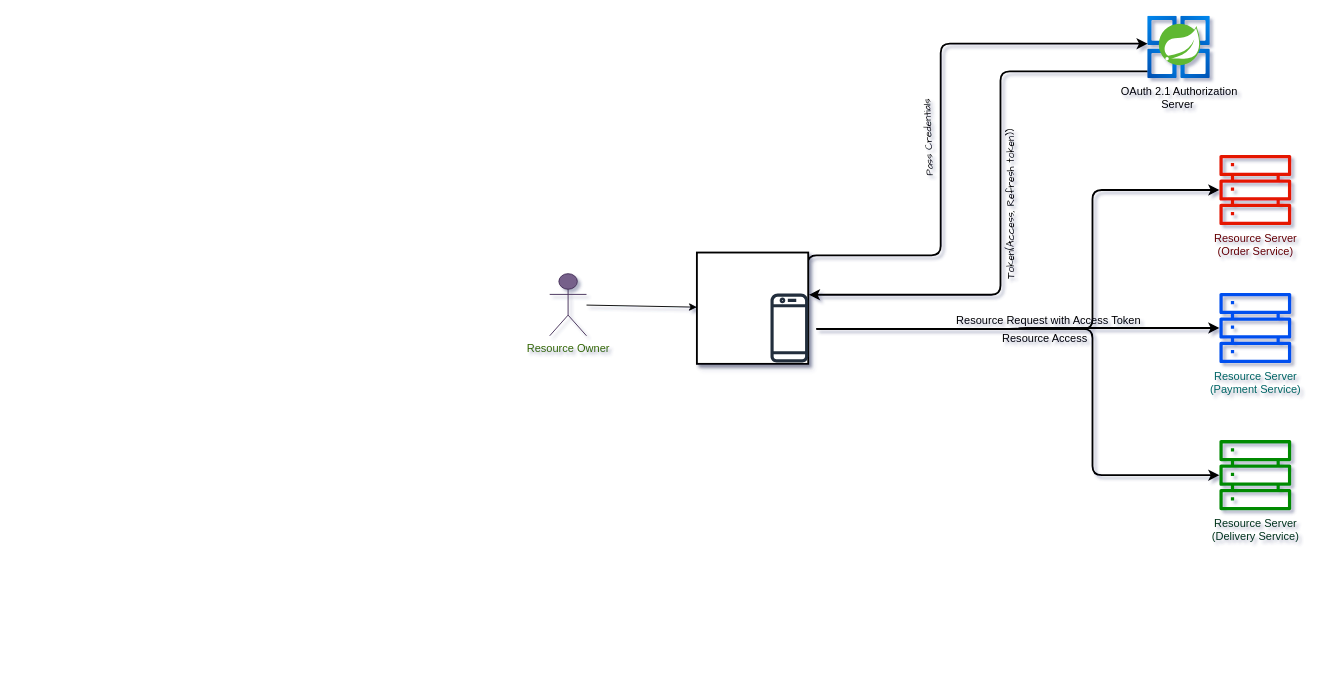
This is docs/Oauth2.1 Authorization Server.drawio from m-thirumal/oauth-authorization-server, a draw.io file, before an edit. Source tidied: cells renumbered, new cells numbered last; positions are measured from the earlier drawing's top-left corner, leaving out a move shared by most shapes. Both pictures are drawn from the tidied source at 92%, with x=0, y=0 at pixel (549, 16).
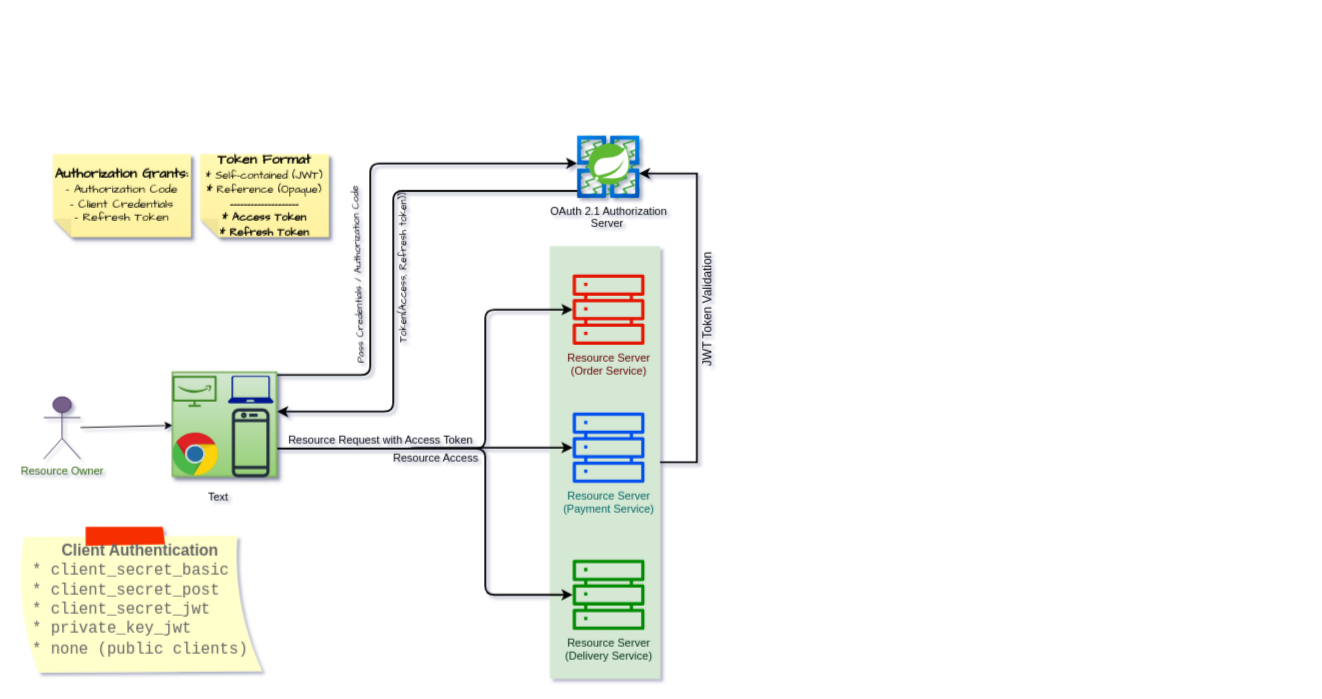
Above is the later version.

What changed in the source:
```diff
@@
+    <mxCell id="19" style="rounded=0;whiteSpace=wrap;html=1;fillColor=#d5e8d4;strokeColor=none;" parent="1" vertex="1">
+      <mxGeometry y="250" width="120" height="470" as="geometry" />
+    </mxCell>
     <mxCell id="2" style="edgeStyle=orthogonalEdgeStyle;jettySize=auto;html=1;entryX=1.006;entryY=0.379;entryDx=0;entryDy=0;strokeWidth=2;entryPerimeter=0;" parent="1" edge="1" source="4" target="15">
       <mxGeometry relative="1" as="geometry">
         <Array as="points">
-          <mxPoint x="490" y="60" />
-          <mxPoint x="490" y="303" />
+          <mxPoint x="-170" y="190" />
+          <mxPoint x="-170" y="430" />
         </Array>
       </mxGeometry>
     </mxCell>
@@
-    <mxCell id="4" value="OAuth 2.1 Authorization&lt;br&gt;Server&amp;nbsp;" style="image;html=1;points=[];align=center;fontSize=12;image=img/lib/azure2/compute/Azure_Spring_Cloud.svg;rounded=0;labelBackgroundColor=none;" parent="1" vertex="1">
-      <mxGeometry x="650" width="68" height="68" as="geometry" />
+    <mxCell id="4" value="OAuth 2.1 Authorization&lt;br&gt;Server&amp;nbsp;" style="image;html=1;points=[];align=center;fontSize=12;image=img/lib/azure2/compute/Azure_Spring_Cloud.svg;rounded=0;labelBackgroundColor=none;imageBackground=#219123;imageBorder=none;fillStyle=zigzag-line;" parent="1" vertex="1">
+      <mxGeometry x="30" y="130" width="68" height="68" as="geometry" />
     </mxCell>
+    <mxCell id="20" style="edgeStyle=orthogonalEdgeStyle;rounded=0;jettySize=auto;html=1;entryX=0.985;entryY=0.603;entryDx=0;entryDy=0;entryPerimeter=0;strokeWidth=2;exitX=1;exitY=0.5;exitDx=0;exitDy=0;" parent="1" edge="1" source="19" target="4">
+      <mxGeometry relative="1" as="geometry">
+        <Array as="points">
+          <mxPoint x="160" y="485" />
+          <mxPoint x="160" y="171" />
+        </Array>
+      </mxGeometry>
+    </mxCell>
+    <mxCell id="21" value="JWT Token Validation" style="edgeLabel;html=1;align=center;verticalAlign=middle;labelBackgroundColor=none;rotation=-90;fontSize=13;" parent="20" vertex="1">
+      <mxGeometry x="-0.31" y="-1" relative="1" as="geometry">
+        <mxPoint x="9" y="-61" as="offset" />
+      </mxGeometry>
+    </mxCell>
     <mxCell id="5" value="Resource Server&lt;br&gt;(Order Service)" style="outlineConnect=0;fontColor=#660000;fillColor=#e51400;strokeColor=#B20000;dashed=0;verticalLabelPosition=bottom;verticalAlign=top;align=center;html=1;fontSize=12;fontStyle=0;shape=mxgraph.aws4.servers;rounded=0;" parent="1" vertex="1">
-      <mxGeometry x="728" y="150" width="78" height="78" as="geometry" />
+      <mxGeometry x="25" y="280" width="78" height="78" as="geometry" />
     </mxCell>
     <mxCell id="6" value="Resource Server&lt;br&gt;(Payment Service)" style="outlineConnect=0;fillColor=#0050ef;strokeColor=#001DBC;dashed=0;verticalLabelPosition=bottom;verticalAlign=top;align=center;html=1;fontSize=12;fontStyle=0;shape=mxgraph.aws4.servers;fontColor=#006666;rounded=0;" parent="1" vertex="1">
-      <mxGeometry x="728" y="300" width="78" height="78" as="geometry" />
+      <mxGeometry x="25" y="430" width="78" height="78" as="geometry" />
     </mxCell>
     <mxCell id="7" value="Resource Server&lt;br&gt;(Delivery Service)" style="outlineConnect=0;fontColor=#00331A;fillColor=#008a00;strokeColor=#005700;dashed=0;verticalLabelPosition=bottom;verticalAlign=top;align=center;html=1;fontSize=12;fontStyle=0;shape=mxgraph.aws4.servers;labelBackgroundColor=none;rounded=0;" parent="1" vertex="1">
-      <mxGeometry x="728" y="460" width="78" height="78" as="geometry" />
+      <mxGeometry x="25" y="590" width="78" height="78" as="geometry" />
     </mxCell>
     <mxCell id="8" style="edgeStyle=orthogonalEdgeStyle;jettySize=auto;html=1;strokeWidth=2;exitX=0.994;exitY=0.18;exitDx=0;exitDy=0;exitPerimeter=0;" parent="1" edge="1" source="15">
       <mxGeometry relative="1" as="geometry">
-        <mxPoint x="650" y="30" as="targetPoint" />
+        <mxPoint x="30" y="160" as="targetPoint" />
         <Array as="points">
-          <mxPoint x="280" y="260" />
-          <mxPoint x="425" y="260" />
-          <mxPoint x="425" y="30" />
+          <mxPoint x="-340" y="390" />
+          <mxPoint x="-195" y="390" />
+          <mxPoint x="-195" y="160" />
         </Array>
       </mxGeometry>
     </mxCell>
-    <mxCell id="9" value="&lt;font face=&quot;Architects Daughter&quot;&gt;Pass Credentials&lt;/font&gt;" style="edgeLabel;html=1;align=center;verticalAlign=middle;labelBackgroundColor=none;rotation=268;fontStyle=0;" parent="8" vertex="1">
+    <mxCell id="9" value="&lt;font face=&quot;Architects Daughter&quot;&gt;Pass Credentials / Authorization Code&lt;/font&gt;" style="edgeLabel;html=1;align=center;verticalAlign=middle;labelBackgroundColor=none;rotation=268;fontStyle=0;" parent="8" vertex="1">
       <mxGeometry x="0.06" y="17" relative="1" as="geometry">
         <mxPoint x="3" y="37" as="offset" />
       </mxGeometry>
     </mxCell>
     <mxCell id="10" style="edgeStyle=elbowEdgeStyle;jettySize=auto;html=1;strokeWidth=2;endArrow=classic;endFill=1;shadow=0;" parent="1" edge="1" target="5">
       <mxGeometry relative="1" as="geometry">
-        <mxPoint x="290" y="340" as="sourcePoint" />
+        <mxPoint x="-330" y="470" as="sourcePoint" />
         <Array as="points">
-          <mxPoint x="590" y="300" />
-          <mxPoint x="710" y="200" />
+          <mxPoint x="-70" y="440" />
+          <mxPoint x="-30" y="430" />
+          <mxPoint x="90" y="330" />
         </Array>
       </mxGeometry>
     </mxCell>
     <mxCell id="11" style="edgeStyle=elbowEdgeStyle;jettySize=auto;html=1;strokeWidth=2;" parent="1" edge="1" target="6">
       <mxGeometry relative="1" as="geometry">
-        <mxPoint x="290" y="340" as="sourcePoint" />
+        <mxPoint x="-330" y="470" as="sourcePoint" />
       </mxGeometry>
     </mxCell>
     <mxCell id="12" style="edgeStyle=elbowEdgeStyle;jettySize=auto;html=1;strokeWidth=2;" parent="1" edge="1" target="7">
       <mxGeometry relative="1" as="geometry">
-        <mxPoint x="290" y="340" as="sourcePoint" />
+        <mxPoint x="-330" y="470" as="sourcePoint" />
         <Array as="points">
-          <mxPoint x="590" y="380" />
-          <mxPoint x="710" y="400" />
+          <mxPoint x="-70" y="520" />
+          <mxPoint x="-30" y="510" />
+          <mxPoint x="90" y="530" />
         </Array>
       </mxGeometry>
     </mxCell>
     <mxCell id="13" value="Resource Request with Access Token" style="edgeLabel;html=1;align=center;verticalAlign=middle;labelBackgroundColor=none;fontSize=12;" parent="12" vertex="1">
       <mxGeometry x="-0.39" relative="1" as="geometry">
-        <mxPoint x="69" y="-10" as="offset" />
+        <mxPoint x="-12" y="-10" as="offset" />
       </mxGeometry>
     </mxCell>
@@
-    <mxCell id="15" style="whiteSpace=wrap;html=1;fontSize=14;strokeWidth=2;glass=0;rounded=0;shadow=1;" parent="1" vertex="1">
-      <mxGeometry x="160" y="257" width="121" height="121" as="geometry" />
+    <mxCell id="15" style="whiteSpace=wrap;html=1;fontSize=14;strokeWidth=2;glass=0;rounded=0;shadow=1;fillColor=#d5e8d4;strokeColor=#82b366;gradientColor=#97d077;" parent="1" vertex="1">
+      <mxGeometry x="-410" y="387" width="113" height="113" as="geometry" />
     </mxCell>
@@
     <mxCell id="17" value="Resource Owner" style="shape=umlActor;verticalLabelPosition=bottom;verticalAlign=top;html=1;outlineConnect=0;fillColor=#76608a;fontColor=#336600;strokeColor=#432D57;" parent="1" vertex="1">
-      <mxGeometry y="280" width="40" height="67.5" as="geometry" />
+      <mxGeometry x="-550" y="413.8" width="40" height="67.5" as="geometry" />
     </mxCell>
     <mxCell id="18" style="sketch=0;fontColor=#232F3E;gradientColor=none;fillColor=#232F3D;strokeColor=none;dashed=0;verticalLabelPosition=bottom;verticalAlign=top;align=center;html=1;fontSize=12;fontStyle=0;shape=mxgraph.aws4.mobile_client;" parent="1" vertex="1">
-      <mxGeometry x="240" y="300" width="41" height="78" as="geometry" />
+      <mxGeometry x="-345.5" y="424.7" width="41" height="78" as="geometry" />
     </mxCell>
+    <mxCell id="22" style="sketch=0;fontColor=#232F3E;gradientColor=none;fillColor=#3F8624;strokeColor=none;dashed=0;verticalLabelPosition=bottom;verticalAlign=top;align=center;html=1;fontSize=12;fontStyle=0;shape=mxgraph.aws4.firetv;" parent="1" vertex="1">
+      <mxGeometry x="-410" y="390.9" width="48" height="33.9" as="geometry" />
+    </mxCell>
+    <mxCell id="23" style="sketch=0;shadow=0;dashed=0;html=1;strokeColor=none;labelPosition=center;verticalLabelPosition=bottom;verticalAlign=top;align=center;fillColor=#00188D;shape=mxgraph.azure.laptop;" parent="1" vertex="1">
+      <mxGeometry x="-350" y="390.9" width="50" height="30" as="geometry" />
+    </mxCell>
+    <mxCell id="24" style="dashed=0;html=1;align=center;labelPosition=center;verticalLabelPosition=bottom;verticalAlign=top;shape=mxgraph.weblogos.chrome;" parent="1" vertex="1">
+      <mxGeometry x="-410" y="452.6" width="50" height="47.4" as="geometry" />
+    </mxCell>
+    <mxCell id="25" value="Text" style="text;strokeColor=none;align=center;fillColor=none;html=1;verticalAlign=middle;whiteSpace=wrap;rounded=0;" parent="1" vertex="1">
+      <mxGeometry x="-390" y="508" width="60" height="30" as="geometry" />
+    </mxCell>
+    <mxCell id="26" value="&lt;font style=&quot;&quot; face=&quot;Architects Daughter&quot;&gt;&lt;b style=&quot;&quot;&gt;&lt;font style=&quot;font-size: 15px;&quot;&gt;Authorization Grants:&lt;/font&gt;&lt;/b&gt;&lt;br&gt;&lt;span style=&quot;font-size: 13px;&quot;&gt;- Authorization Code&lt;/span&gt;&lt;br&gt;&lt;span style=&quot;font-size: 13px;&quot;&gt;- Client Credentials&lt;/span&gt;&lt;br&gt;&lt;span style=&quot;font-size: 13px;&quot;&gt;- Refresh Token&lt;/span&gt;&lt;br&gt;&lt;/font&gt;" style="shape=note;whiteSpace=wrap;html=1;backgroundOutline=1;fontColor=#000000;darkOpacity=0.05;fillColor=#FFF9B2;strokeColor=none;fillStyle=solid;direction=west;gradientDirection=north;gradientColor=#FFF2A1;shadow=1;size=20;" parent="1" vertex="1">
+      <mxGeometry x="-540" y="150" width="150" height="90" as="geometry" />
+    </mxCell>
+    <mxCell id="27" value="&lt;b&gt;Client Authentication&lt;/b&gt;&lt;br&gt;&lt;code&gt;* client_secret_basic&amp;nbsp;&amp;nbsp;&lt;br&gt;*&amp;nbsp;&lt;code&gt;client_secret_post&amp;nbsp; &amp;nbsp;&lt;br&gt;&lt;/code&gt;*&amp;nbsp;&lt;code&gt;client_secret_jwt&amp;nbsp; &amp;nbsp;&amp;nbsp;&lt;br&gt;&lt;/code&gt;*&amp;nbsp;&lt;code&gt;private_key_jwt&amp;nbsp; &amp;nbsp; &amp;nbsp;&amp;nbsp;&lt;br&gt;&lt;/code&gt;*&amp;nbsp;&lt;code&gt;none&lt;/code&gt; (public clients)&lt;br&gt;&lt;/code&gt;" style="strokeWidth=1;shadow=0;dashed=0;align=center;html=1;shape=mxgraph.mockup.text.stickyNote2;fontColor=#666666;mainText=;fontSize=17;whiteSpace=wrap;fillColor=#ffffcc;strokeColor=#F62E00;" parent="1" vertex="1">
+      <mxGeometry x="-580" y="555" width="270" height="160" as="geometry" />
+    </mxCell>
+    <mxCell id="28" value="&lt;font face=&quot;Architects Daughter&quot;&gt;&lt;font style=&quot;&quot;&gt;&lt;b&gt;&lt;font style=&quot;font-size: 15px;&quot;&gt;Token Format&lt;/font&gt;&lt;/b&gt;&lt;br&gt;&lt;/font&gt;* Self-contained (JWT)&lt;br&gt;&lt;b&gt;&lt;font&gt;*&amp;nbsp;&lt;/font&gt;&lt;/b&gt;Reference (Opaque)&lt;br&gt;&lt;/font&gt;&lt;b&gt;&lt;font face=&quot;Architects Daughter&quot;&gt;--------------------&lt;br&gt;* Access Token&lt;br&gt;* Refresh Token&lt;br&gt;&lt;/font&gt;&lt;/b&gt;" style="shape=note;whiteSpace=wrap;html=1;backgroundOutline=1;fontColor=#000000;darkOpacity=0.05;fillColor=#FFF9B2;strokeColor=none;fillStyle=solid;direction=west;gradientDirection=north;gradientColor=#FFF2A1;shadow=1;size=20;" parent="1" vertex="1">
+      <mxGeometry x="-380" y="150" width="140" height="90" as="geometry" />
+    </mxCell>
```
